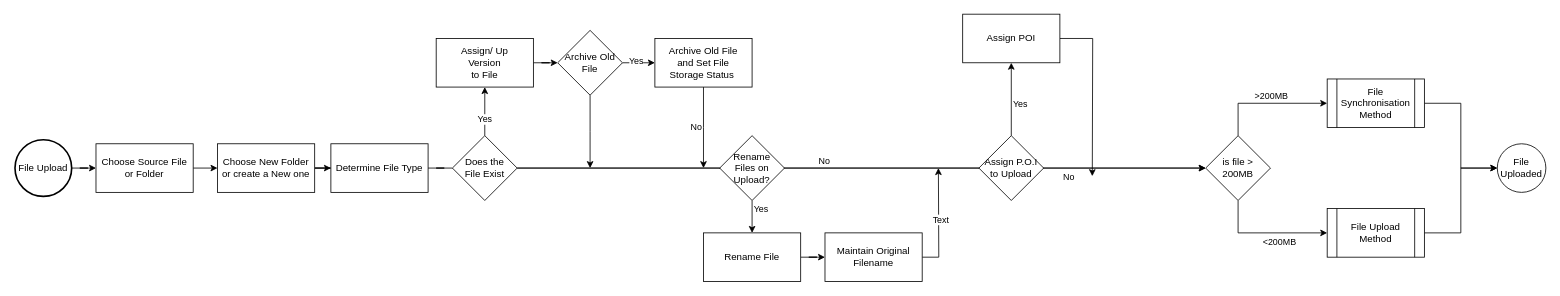
The draw.io diagram Flow Chart - File Ingres.drawio in RichardHFerris/teststory, before the edit. Source tidied: cells renumbered, new cells numbered last; positions are measured from the earlier drawing's top-left corner, leaving out a move shared by most shapes. Both pictures are drawn from the tidied source at 81%, with x=0, y=0 at pixel (15, 14).
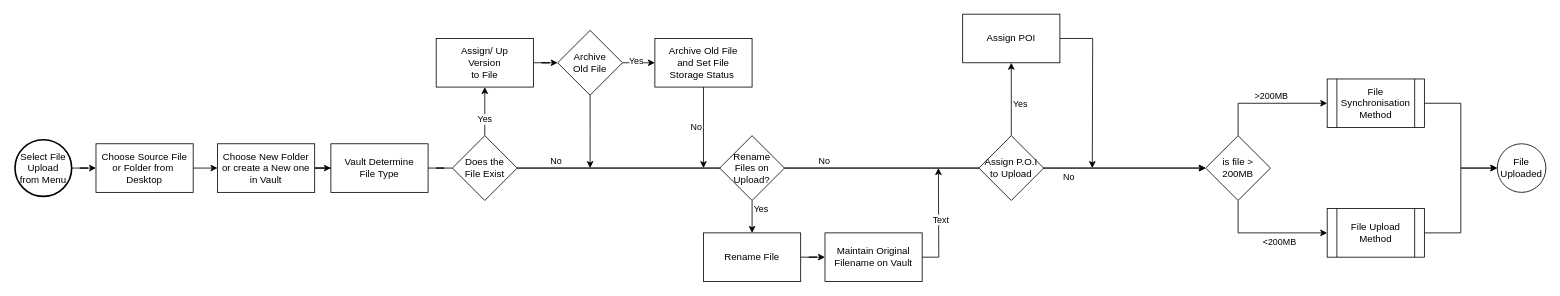
The same page after the edit.

Unchanged cells that the change refers to:
```xml
<mxCell id="20" value="No" style="edgeStyle=orthogonalEdgeStyle;rounded=0;jettySize=auto;html=1;" parent="1" edge="1" source="28" target="7">
  <mxGeometry x="-0.48" y="50" relative="1" as="geometry" />
</mxCell>
<mxCell id="48" value="Assign POI" style="whiteSpace=wrap;html=1;" parent="1" vertex="1">
  <mxGeometry x="1170" width="120" height="60" as="geometry" />
</mxCell>
```

Change to the diagram source:
```diff
@@
-    <mxCell id="9" value="File Upload" style="strokeWidth=2;html=1;shape=mxgraph.flowchart.start_2;whiteSpace=wrap;" parent="1" vertex="1">
+    <mxCell id="9" value="Select File Upload&lt;br&gt;from Menu" style="strokeWidth=2;html=1;shape=mxgraph.flowchart.start_2;whiteSpace=wrap;" parent="1" vertex="1">
       <mxGeometry y="155" width="70" height="70" as="geometry" />
     </mxCell>
-    <mxCell id="10" value="Choose Source File &lt;br&gt;or Folder" style="rounded=0;whiteSpace=wrap;html=1;" parent="1" vertex="1">
+    <mxCell id="10" value="Choose Source File &lt;br&gt;or Folder from&amp;nbsp;&lt;br&gt;Desktop" style="rounded=0;whiteSpace=wrap;html=1;" parent="1" vertex="1">
       <mxGeometry x="100" y="160" width="120" height="60" as="geometry" />
     </mxCell>
@@
-    <mxCell id="12" value="Choose New Folder or create a New one" style="rounded=0;whiteSpace=wrap;html=1;" parent="1" vertex="1">
+    <mxCell id="12" value="Choose New Folder or create a New one in Vault" style="rounded=0;whiteSpace=wrap;html=1;" parent="1" vertex="1">
       <mxGeometry x="250" y="160" width="120" height="60" as="geometry" />
     </mxCell>
@@
-    <mxCell id="14" value="Determine File Type" style="rounded=0;whiteSpace=wrap;html=1;" parent="1" vertex="1">
+    <mxCell id="14" value="Vault Determine &lt;br&gt;File Type" style="rounded=0;whiteSpace=wrap;html=1;" parent="1" vertex="1">
       <mxGeometry x="390" y="160" width="120" height="60" as="geometry" />
     </mxCell>
@@
+    <mxCell id="49" value="No" style="edgeLabel;html=1;align=center;verticalAlign=middle;" parent="20" vertex="1">
+      <mxGeometry x="-0.89" y="-5" relative="1" as="geometry">
+        <mxPoint y="-15" as="offset" />
+      </mxGeometry>
+    </mxCell>
@@
-    <mxCell id="33" value="Archive Old File" style="rhombus;whiteSpace=wrap;html=1;" parent="1" vertex="1">
+    <mxCell id="33" value="Archive &lt;br&gt;Old File" style="rhombus;whiteSpace=wrap;html=1;" parent="1" vertex="1">
       <mxGeometry x="670" y="20" width="80" height="80" as="geometry" />
     </mxCell>
@@
-    <mxCell id="43" value="Maintain Original Filename" style="whiteSpace=wrap;html=1;" parent="1" vertex="1">
+    <mxCell id="43" value="Maintain Original Filename on Vault" style="whiteSpace=wrap;html=1;" parent="1" vertex="1">
       <mxGeometry x="1000" y="270" width="120" height="60" as="geometry" />
     </mxCell>
@@
     <mxCell id="47" style="edgeStyle=orthogonalEdgeStyle;rounded=0;jettySize=auto;html=1;" parent="1" edge="1" source="48">
       <mxGeometry relative="1" as="geometry">
-        <mxPoint x="1330" y="200" as="targetPoint" />
+        <mxPoint x="1330" y="190" as="targetPoint" />
       </mxGeometry>
     </mxCell>
```
